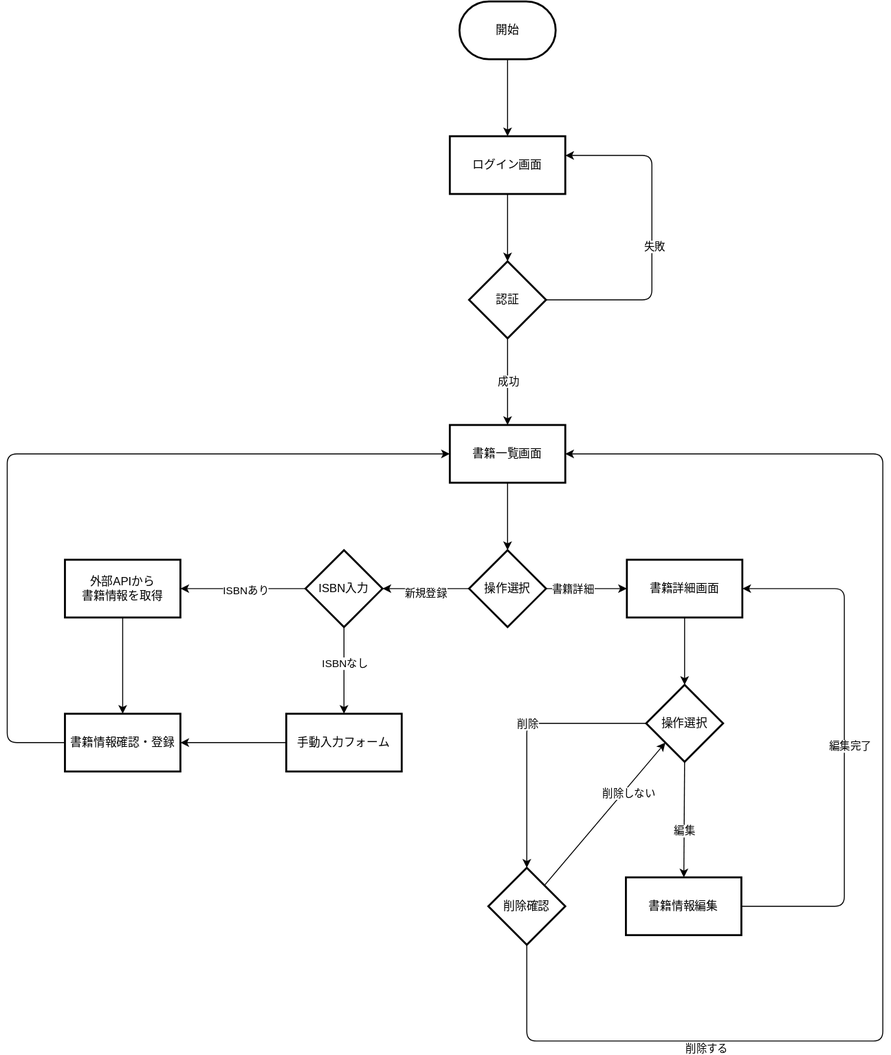
The draw.io diagram docs/design/image/UserFlow.svg in yuuta-git12/BookKanri, before a commit. Source tidied: cells renumbered, new cells last; positions are measured from the earlier drawing's top-left corner, leaving out a move shared by most shapes.
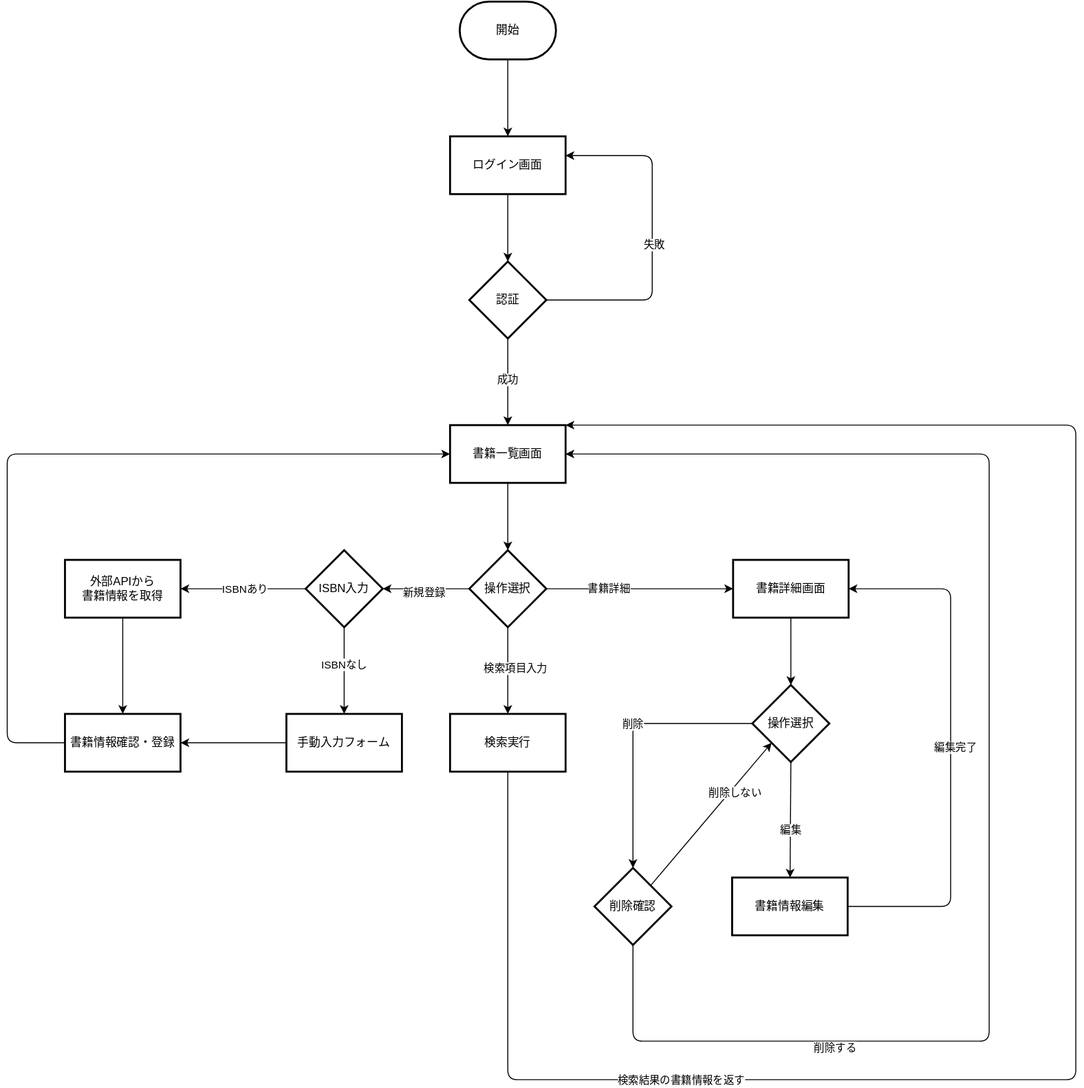
The same file after the commit.

Commit message:
[main]-[add]：ユーザーフロー図修正、参考記事用docの追加

Change to the diagram source:
```diff
@@ -53,6 +53,12 @@
     <mxCell id="16" value="書籍詳細" style="edgeLabel;html=1;align=center;verticalAlign=middle;" parent="15" vertex="1">
       <mxGeometry x="-0.33" y="1" relative="1" as="geometry" />
     </mxCell>
+    <mxCell id="44" style="edgeStyle=none;html=1;" parent="1" edge="1" source="17" target="48">
+      <mxGeometry relative="1" as="geometry" />
+    </mxCell>
+    <mxCell id="45" value="検索項目入力" style="edgeLabel;html=1;align=center;verticalAlign=middle;" parent="44" vertex="1">
+      <mxGeometry x="-0.07" y="7" relative="1" as="geometry" />
+    </mxCell>
     <mxCell id="17" value="操作選択" style="rhombus;whiteSpace=wrap;html=1;strokeWidth=2;" parent="1" vertex="1">
       <mxGeometry x="480" y="570" width="80" height="80" as="geometry" />
     </mxCell>
@@ -75,7 +81,7 @@
       <mxGeometry relative="1" as="geometry" />
     </mxCell>
     <mxCell id="24" value="書籍詳細画面" style="whiteSpace=wrap;html=1;strokeWidth=2;" parent="1" vertex="1">
-      <mxGeometry x="644" y="580" width="120" height="60" as="geometry" />
+      <mxGeometry x="754" y="580" width="120" height="60" as="geometry" />
     </mxCell>
     <mxCell id="25" style="edgeStyle=none;html=1;" parent="1" edge="1" source="26" target="30">
       <mxGeometry relative="1" as="geometry" />
@@ -109,7 +115,7 @@
     <mxCell id="33" style="edgeStyle=none;html=1;" parent="1" edge="1" source="35" target="41">
       <mxGeometry relative="1" as="geometry">
         <Array as="points">
-          <mxPoint x="540" y="750" />
+          <mxPoint x="650" y="750" />
         </Array>
       </mxGeometry>
     </mxCell>
@@ -119,13 +125,13 @@
       </mxGeometry>
     </mxCell>
     <mxCell id="35" value="操作選択" style="rhombus;whiteSpace=wrap;html=1;strokeWidth=2;" parent="1" vertex="1">
-      <mxGeometry x="664" y="710" width="80" height="80" as="geometry" />
+      <mxGeometry x="774" y="710" width="80" height="80" as="geometry" />
     </mxCell>
     <mxCell id="36" style="edgeStyle=none;html=1;entryX=1;entryY=0.5;entryDx=0;entryDy=0;exitX=1;exitY=0.5;exitDx=0;exitDy=0;" parent="1" edge="1" source="38" target="24">
       <mxGeometry relative="1" as="geometry">
         <Array as="points">
-          <mxPoint x="870" y="940" />
-          <mxPoint x="870" y="610" />
+          <mxPoint x="980" y="940" />
+          <mxPoint x="980" y="610" />
         </Array>
       </mxGeometry>
     </mxCell>
@@ -135,14 +141,14 @@
       </mxGeometry>
     </mxCell>
     <mxCell id="38" value="書籍情報編集" style="whiteSpace=wrap;html=1;strokeWidth=2;" parent="1" vertex="1">
-      <mxGeometry x="643" y="910" width="120" height="60" as="geometry" />
+      <mxGeometry x="753" y="910" width="120" height="60" as="geometry" />
     </mxCell>
     <mxCell id="39" style="edgeStyle=none;html=1;entryX=1;entryY=0.5;entryDx=0;entryDy=0;" parent="1" edge="1" source="41" target="12">
       <mxGeometry relative="1" as="geometry">
         <Array as="points">
-          <mxPoint x="540" y="1080" />
-          <mxPoint x="910" y="1080" />
-          <mxPoint x="910" y="470" />
+          <mxPoint x="650" y="1080" />
+          <mxPoint x="1020" y="1080" />
+          <mxPoint x="1020" y="470" />
         </Array>
       </mxGeometry>
     </mxCell>
@@ -152,7 +158,7 @@
       </mxGeometry>
     </mxCell>
     <mxCell id="41" value="削除確認" style="rhombus;whiteSpace=wrap;html=1;strokeWidth=2;" parent="1" vertex="1">
-      <mxGeometry x="500" y="900" width="80" height="80" as="geometry" />
+      <mxGeometry x="610" y="900" width="80" height="80" as="geometry" />
     </mxCell>
     <mxCell id="42" style="edgeStyle=none;html=1;entryX=0;entryY=1;entryDx=0;entryDy=0;" parent="1" edge="1" source="41" target="35">
       <mxGeometry relative="1" as="geometry" />
@@ -160,5 +166,22 @@
     <mxCell id="43" value="削除しない" style="edgeLabel;html=1;align=center;verticalAlign=middle;" parent="42" vertex="1">
       <mxGeometry x="0.34" y="-3" relative="1" as="geometry" />
     </mxCell>
+    <mxCell id="46" style="edgeStyle=none;html=1;entryX=1;entryY=0;entryDx=0;entryDy=0;" parent="1" edge="1" source="48" target="12">
+      <mxGeometry relative="1" as="geometry">
+        <Array as="points">
+          <mxPoint x="520" y="1120" />
+          <mxPoint x="1110" y="1120" />
+          <mxPoint x="1110" y="440" />
+        </Array>
+      </mxGeometry>
+    </mxCell>
+    <mxCell id="47" value="検索結果の書籍情報を返す" style="edgeLabel;html=1;align=center;verticalAlign=middle;" parent="46" vertex="1">
+      <mxGeometry x="-0.53" relative="1" as="geometry">
+        <mxPoint x="-1" as="offset" />
+      </mxGeometry>
+    </mxCell>
+    <mxCell id="48" value="検索実行" style="whiteSpace=wrap;html=1;strokeWidth=2;" parent="1" vertex="1">
+      <mxGeometry x="460" y="740" width="120" height="60" as="geometry" />
+    </mxCell>
   </root>
 </mxGraphModel>
```
